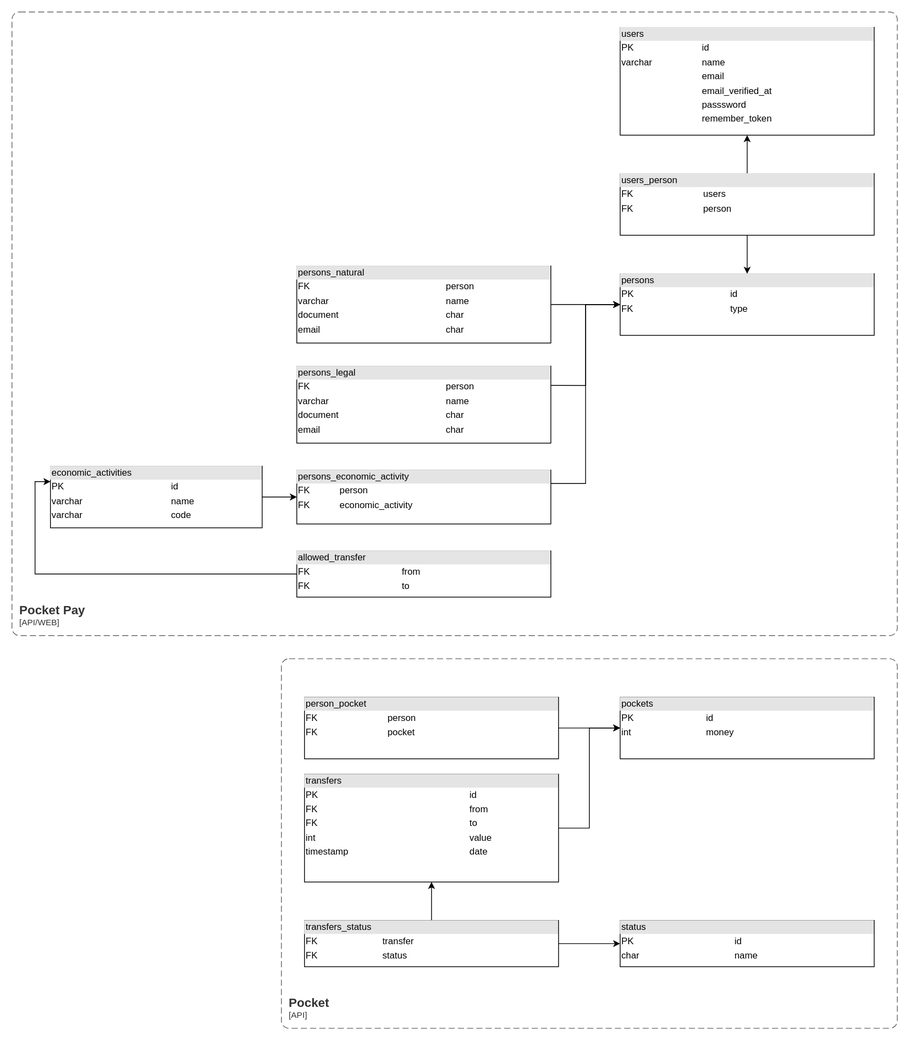
Before: doc/database.svg, a diagram exported from draw.io (vakaman/pocketpay). Source tidied: cells renumbered, new cells last; positions are measured from the earlier drawing's top-left corner, leaving out a move shared by most shapes. The source it was exported from:
```xml
<mxGraphModel>
  <root>
    <mxCell id="0" />
    <mxCell id="1" parent="0" />
    <mxCell id="2" value="&lt;div style=&quot;box-sizing:border-box;width:100%;background:#e4e4e4;padding:2px;&quot;&gt;users&lt;/div&gt;&lt;table style=&quot;width:100%;font-size:1em;&quot; cellpadding=&quot;2&quot; cellspacing=&quot;0&quot;&gt;&lt;tbody&gt;&lt;tr&gt;&lt;td&gt;PK&lt;/td&gt;&lt;td&gt;id&lt;br&gt;&lt;/td&gt;&lt;/tr&gt;&lt;tr&gt;&lt;td&gt;varchar&lt;/td&gt;&lt;td&gt;name&lt;/td&gt;&lt;/tr&gt;&lt;tr&gt;&lt;td&gt;&lt;/td&gt;&lt;td&gt;email&lt;br&gt;&lt;/td&gt;&lt;/tr&gt;&lt;tr&gt;&lt;td&gt;&lt;br&gt;&lt;/td&gt;&lt;td&gt;email_verified_at&lt;br&gt;&lt;/td&gt;&lt;/tr&gt;&lt;tr&gt;&lt;td&gt;&lt;br&gt;&lt;/td&gt;&lt;td&gt;passsword&lt;/td&gt;&lt;/tr&gt;&lt;tr&gt;&lt;td&gt;&lt;br&gt;&lt;/td&gt;&lt;td&gt;remember_token&lt;/td&gt;&lt;/tr&gt;&lt;/tbody&gt;&lt;/table&gt;" style="verticalAlign=top;align=left;overflow=fill;html=1;whiteSpace=wrap;" parent="1" vertex="1">
      <mxGeometry x="790" y="20" width="330" height="140" as="geometry" />
    </mxCell>
    <mxCell id="3" style="edgeStyle=orthogonalEdgeStyle;rounded=0;jettySize=auto;html=1;entryX=0;entryY=0.5;entryDx=0;entryDy=0;" parent="1" edge="1" source="4" target="7">
      <mxGeometry relative="1" as="geometry" />
    </mxCell>
    <mxCell id="4" value="&lt;div style=&quot;box-sizing:border-box;width:100%;background:#e4e4e4;padding:2px;&quot;&gt;transfers&lt;/div&gt;&lt;table style=&quot;width:100%;font-size:1em;&quot; cellpadding=&quot;2&quot; cellspacing=&quot;0&quot;&gt;&lt;tbody&gt;&lt;tr&gt;&lt;td&gt;PK&lt;/td&gt;&lt;td&gt;id&lt;br&gt;&lt;/td&gt;&lt;/tr&gt;&lt;tr&gt;&lt;td&gt;FK&lt;/td&gt;&lt;td&gt;from&lt;/td&gt;&lt;/tr&gt;&lt;tr&gt;&lt;td&gt;FK&lt;/td&gt;&lt;td&gt;to&lt;/td&gt;&lt;/tr&gt;&lt;tr&gt;&lt;td&gt;int&lt;/td&gt;&lt;td&gt;value&lt;/td&gt;&lt;/tr&gt;&lt;tr&gt;&lt;td&gt;timestamp&lt;/td&gt;&lt;td&gt;date&lt;/td&gt;&lt;/tr&gt;&lt;tr&gt;&lt;td&gt;&lt;br&gt;&lt;/td&gt;&lt;td&gt;&lt;br&gt;&lt;/td&gt;&lt;/tr&gt;&lt;/tbody&gt;&lt;/table&gt;" style="verticalAlign=top;align=left;overflow=fill;html=1;whiteSpace=wrap;" parent="1" vertex="1">
      <mxGeometry x="380" y="990" width="330" height="140" as="geometry" />
    </mxCell>
    <mxCell id="5" style="edgeStyle=orthogonalEdgeStyle;rounded=0;jettySize=auto;html=1;" parent="1" edge="1" source="6" target="7">
      <mxGeometry relative="1" as="geometry" />
    </mxCell>
    <mxCell id="6" value="&lt;div style=&quot;box-sizing:border-box;width:100%;background:#e4e4e4;padding:2px;&quot;&gt;person_pocket&lt;/div&gt;&lt;table style=&quot;width:100%;font-size:1em;&quot; cellpadding=&quot;2&quot; cellspacing=&quot;0&quot;&gt;&lt;tbody&gt;&lt;tr&gt;&lt;td&gt;FK&lt;/td&gt;&lt;td&gt;person&lt;/td&gt;&lt;/tr&gt;&lt;tr&gt;&lt;td&gt;FK&lt;/td&gt;&lt;td&gt;pocket&lt;/td&gt;&lt;/tr&gt;&lt;tr&gt;&lt;td&gt;&lt;br&gt;&lt;/td&gt;&lt;td&gt;&lt;br&gt;&lt;/td&gt;&lt;/tr&gt;&lt;tr&gt;&lt;td&gt;&lt;br&gt;&lt;/td&gt;&lt;td&gt;&lt;br&gt;&lt;/td&gt;&lt;/tr&gt;&lt;tr&gt;&lt;td&gt;&lt;br&gt;&lt;/td&gt;&lt;td&gt;&lt;br&gt;&lt;/td&gt;&lt;/tr&gt;&lt;/tbody&gt;&lt;/table&gt;" style="verticalAlign=top;align=left;overflow=fill;html=1;whiteSpace=wrap;" parent="1" vertex="1">
      <mxGeometry x="380" y="890" width="330" height="80" as="geometry" />
    </mxCell>
    <mxCell id="7" value="&lt;div style=&quot;box-sizing:border-box;width:100%;background:#e4e4e4;padding:2px;&quot;&gt;pockets&lt;/div&gt;&lt;table style=&quot;width:100%;font-size:1em;&quot; cellpadding=&quot;2&quot; cellspacing=&quot;0&quot;&gt;&lt;tbody&gt;&lt;tr&gt;&lt;td&gt;PK&lt;/td&gt;&lt;td&gt;id&lt;br&gt;&lt;/td&gt;&lt;/tr&gt;&lt;tr&gt;&lt;td&gt;int&lt;/td&gt;&lt;td&gt;money&lt;/td&gt;&lt;/tr&gt;&lt;tr&gt;&lt;td&gt;&lt;br&gt;&lt;/td&gt;&lt;td&gt;&lt;br&gt;&lt;/td&gt;&lt;/tr&gt;&lt;tr&gt;&lt;td&gt;&lt;br&gt;&lt;/td&gt;&lt;td&gt;&lt;br&gt;&lt;/td&gt;&lt;/tr&gt;&lt;tr&gt;&lt;td&gt;&lt;br&gt;&lt;/td&gt;&lt;td&gt;&lt;br&gt;&lt;/td&gt;&lt;/tr&gt;&lt;tr&gt;&lt;td&gt;&lt;br&gt;&lt;/td&gt;&lt;td&gt;&lt;br&gt;&lt;/td&gt;&lt;/tr&gt;&lt;/tbody&gt;&lt;/table&gt;" style="verticalAlign=top;align=left;overflow=fill;html=1;whiteSpace=wrap;" parent="1" vertex="1">
      <mxGeometry x="790" y="890" width="330" height="80" as="geometry" />
    </mxCell>
    <mxCell id="8" value="&lt;div style=&quot;box-sizing:border-box;width:100%;background:#e4e4e4;padding:2px;&quot;&gt;persons&lt;/div&gt;&lt;table style=&quot;width:100%;font-size:1em;&quot; cellpadding=&quot;2&quot; cellspacing=&quot;0&quot;&gt;&lt;tbody&gt;&lt;tr&gt;&lt;td&gt;PK&lt;/td&gt;&lt;td&gt;id&lt;br&gt;&lt;/td&gt;&lt;/tr&gt;&lt;tr&gt;&lt;td&gt;FK&lt;/td&gt;&lt;td&gt;type&lt;/td&gt;&lt;/tr&gt;&lt;tr&gt;&lt;td&gt;&lt;br&gt;&lt;/td&gt;&lt;td&gt;&lt;br&gt;&lt;/td&gt;&lt;/tr&gt;&lt;tr&gt;&lt;td&gt;&lt;br&gt;&lt;/td&gt;&lt;td&gt;&lt;br&gt;&lt;/td&gt;&lt;/tr&gt;&lt;tr&gt;&lt;td&gt;&lt;br&gt;&lt;/td&gt;&lt;td&gt;&lt;br&gt;&lt;/td&gt;&lt;/tr&gt;&lt;/tbody&gt;&lt;/table&gt;" style="verticalAlign=top;align=left;overflow=fill;html=1;whiteSpace=wrap;" parent="1" vertex="1">
      <mxGeometry x="790" y="340" width="330" height="80" as="geometry" />
    </mxCell>
    <mxCell id="9" style="edgeStyle=orthogonalEdgeStyle;rounded=0;jettySize=auto;html=1;" parent="1" edge="1" source="10" target="8">
      <mxGeometry relative="1" as="geometry" />
    </mxCell>
    <mxCell id="10" value="&lt;div style=&quot;box-sizing:border-box;width:100%;background:#e4e4e4;padding:2px;&quot;&gt;persons_natural&lt;/div&gt;&lt;table style=&quot;width:100%;font-size:1em;&quot; cellpadding=&quot;2&quot; cellspacing=&quot;0&quot;&gt;&lt;tbody&gt;&lt;tr&gt;&lt;td&gt;FK&lt;/td&gt;&lt;td&gt;person&lt;br&gt;&lt;/td&gt;&lt;/tr&gt;&lt;tr&gt;&lt;td&gt;varchar&lt;/td&gt;&lt;td&gt;name&lt;/td&gt;&lt;/tr&gt;&lt;tr&gt;&lt;td&gt;document&lt;/td&gt;&lt;td&gt;char&lt;/td&gt;&lt;/tr&gt;&lt;tr&gt;&lt;td&gt;email&lt;/td&gt;&lt;td&gt;char&lt;/td&gt;&lt;/tr&gt;&lt;tr&gt;&lt;td&gt;&lt;br&gt;&lt;/td&gt;&lt;td&gt;&lt;br&gt;&lt;/td&gt;&lt;/tr&gt;&lt;tr&gt;&lt;td&gt;&lt;br&gt;&lt;/td&gt;&lt;td&gt;&lt;br&gt;&lt;/td&gt;&lt;/tr&gt;&lt;/tbody&gt;&lt;/table&gt;" style="verticalAlign=top;align=left;overflow=fill;html=1;whiteSpace=wrap;" parent="1" vertex="1">
      <mxGeometry x="370" y="330" width="330" height="100" as="geometry" />
    </mxCell>
    <mxCell id="11" style="edgeStyle=orthogonalEdgeStyle;rounded=0;jettySize=auto;html=1;entryX=0;entryY=0.5;entryDx=0;entryDy=0;exitX=1;exitY=0.25;exitDx=0;exitDy=0;" parent="1" edge="1" source="15" target="8">
      <mxGeometry relative="1" as="geometry" />
    </mxCell>
    <mxCell id="12" style="edgeStyle=orthogonalEdgeStyle;rounded=0;jettySize=auto;html=1;entryX=0.5;entryY=1;entryDx=0;entryDy=0;" parent="1" edge="1" source="14" target="2">
      <mxGeometry relative="1" as="geometry" />
    </mxCell>
    <mxCell id="13" style="edgeStyle=orthogonalEdgeStyle;rounded=0;jettySize=auto;html=1;" parent="1" edge="1" source="14" target="8">
      <mxGeometry relative="1" as="geometry" />
    </mxCell>
    <mxCell id="14" value="&lt;div style=&quot;box-sizing:border-box;width:100%;background:#e4e4e4;padding:2px;&quot;&gt;users_person&lt;/div&gt;&lt;table style=&quot;width:100%;font-size:1em;&quot; cellpadding=&quot;2&quot; cellspacing=&quot;0&quot;&gt;&lt;tbody&gt;&lt;tr&gt;&lt;td&gt;FK&lt;/td&gt;&lt;td&gt;users&lt;/td&gt;&lt;/tr&gt;&lt;tr&gt;&lt;td&gt;FK&lt;/td&gt;&lt;td&gt;person&lt;/td&gt;&lt;/tr&gt;&lt;tr&gt;&lt;td&gt;&lt;br&gt;&lt;/td&gt;&lt;td&gt;&lt;br&gt;&lt;/td&gt;&lt;/tr&gt;&lt;tr&gt;&lt;td&gt;&lt;br&gt;&lt;/td&gt;&lt;td&gt;&lt;br&gt;&lt;/td&gt;&lt;/tr&gt;&lt;tr&gt;&lt;td&gt;&lt;br&gt;&lt;/td&gt;&lt;td&gt;&lt;br&gt;&lt;/td&gt;&lt;/tr&gt;&lt;/tbody&gt;&lt;/table&gt;" style="verticalAlign=top;align=left;overflow=fill;html=1;whiteSpace=wrap;" parent="1" vertex="1">
      <mxGeometry x="790" y="210" width="330" height="80" as="geometry" />
    </mxCell>
    <mxCell id="15" value="&lt;div style=&quot;box-sizing:border-box;width:100%;background:#e4e4e4;padding:2px;&quot;&gt;persons_legal&lt;/div&gt;&lt;table style=&quot;width:100%;font-size:1em;&quot; cellpadding=&quot;2&quot; cellspacing=&quot;0&quot;&gt;&lt;tbody&gt;&lt;tr&gt;&lt;td&gt;FK&lt;/td&gt;&lt;td&gt;person&lt;/td&gt;&lt;/tr&gt;&lt;tr&gt;&lt;td&gt;varchar&lt;/td&gt;&lt;td&gt;name&lt;/td&gt;&lt;/tr&gt;&lt;tr&gt;&lt;td&gt;document&lt;/td&gt;&lt;td&gt;char&lt;/td&gt;&lt;/tr&gt;&lt;tr&gt;&lt;td&gt;email&lt;/td&gt;&lt;td&gt;char&lt;/td&gt;&lt;/tr&gt;&lt;tr&gt;&lt;td&gt;&lt;br&gt;&lt;/td&gt;&lt;td&gt;&lt;br&gt;&lt;/td&gt;&lt;/tr&gt;&lt;tr&gt;&lt;td&gt;&lt;br&gt;&lt;/td&gt;&lt;td&gt;&lt;br&gt;&lt;/td&gt;&lt;/tr&gt;&lt;/tbody&gt;&lt;/table&gt;" style="verticalAlign=top;align=left;overflow=fill;html=1;whiteSpace=wrap;" parent="1" vertex="1">
      <mxGeometry x="370" y="460" width="330" height="100" as="geometry" />
    </mxCell>
    <mxCell id="16" style="edgeStyle=orthogonalEdgeStyle;rounded=0;jettySize=auto;html=1;entryX=0;entryY=0.5;entryDx=0;entryDy=0;exitX=1;exitY=0.25;exitDx=0;exitDy=0;" parent="1" edge="1" source="17" target="8">
      <mxGeometry relative="1" as="geometry" />
    </mxCell>
    <mxCell id="17" value="&lt;div style=&quot;box-sizing:border-box;width:100%;background:#e4e4e4;padding:2px;&quot;&gt;persons_economic_activity&lt;/div&gt;&lt;table style=&quot;width:100%;font-size:1em;&quot; cellpadding=&quot;2&quot; cellspacing=&quot;0&quot;&gt;&lt;tbody&gt;&lt;tr&gt;&lt;td&gt;FK&lt;/td&gt;&lt;td&gt;person&lt;/td&gt;&lt;/tr&gt;&lt;tr&gt;&lt;td&gt;FK&lt;/td&gt;&lt;td&gt;economic_activity&lt;br&gt;&lt;/td&gt;&lt;/tr&gt;&lt;tr&gt;&lt;td&gt;&lt;br&gt;&lt;/td&gt;&lt;td&gt;&lt;br&gt;&lt;/td&gt;&lt;/tr&gt;&lt;tr&gt;&lt;td&gt;&lt;br&gt;&lt;/td&gt;&lt;td&gt;&lt;br&gt;&lt;/td&gt;&lt;/tr&gt;&lt;tr&gt;&lt;td&gt;&lt;br&gt;&lt;/td&gt;&lt;td&gt;&lt;br&gt;&lt;/td&gt;&lt;/tr&gt;&lt;/tbody&gt;&lt;/table&gt;" style="verticalAlign=top;align=left;overflow=fill;html=1;whiteSpace=wrap;" parent="1" vertex="1">
      <mxGeometry x="370" y="595" width="330" height="70" as="geometry" />
    </mxCell>
    <mxCell id="18" style="edgeStyle=orthogonalEdgeStyle;rounded=0;jettySize=auto;html=1;" parent="1" edge="1" source="19" target="17">
      <mxGeometry relative="1" as="geometry" />
    </mxCell>
    <mxCell id="19" value="&lt;div style=&quot;box-sizing:border-box;width:100%;background:#e4e4e4;padding:2px;&quot;&gt;economic_activities&lt;/div&gt;&lt;table style=&quot;width:100%;font-size:1em;&quot; cellpadding=&quot;2&quot; cellspacing=&quot;0&quot;&gt;&lt;tbody&gt;&lt;tr&gt;&lt;td&gt;PK&lt;/td&gt;&lt;td&gt;id&lt;/td&gt;&lt;/tr&gt;&lt;tr&gt;&lt;td&gt;varchar&lt;/td&gt;&lt;td&gt;name&lt;br&gt;&lt;/td&gt;&lt;/tr&gt;&lt;tr&gt;&lt;td&gt;varchar&lt;br&gt;&lt;/td&gt;&lt;td&gt;code&lt;/td&gt;&lt;/tr&gt;&lt;tr&gt;&lt;td&gt;&lt;br&gt;&lt;/td&gt;&lt;td&gt;&lt;br&gt;&lt;/td&gt;&lt;/tr&gt;&lt;tr&gt;&lt;td&gt;&lt;br&gt;&lt;/td&gt;&lt;td&gt;&lt;br&gt;&lt;/td&gt;&lt;/tr&gt;&lt;/tbody&gt;&lt;/table&gt;" style="verticalAlign=top;align=left;overflow=fill;html=1;whiteSpace=wrap;" parent="1" vertex="1">
      <mxGeometry x="50" y="590" width="275" height="80" as="geometry" />
    </mxCell>
    <mxCell id="20" style="edgeStyle=orthogonalEdgeStyle;rounded=0;jettySize=auto;html=1;entryX=0;entryY=0.25;entryDx=0;entryDy=0;" parent="1" edge="1" source="21" target="19">
      <mxGeometry relative="1" as="geometry" />
    </mxCell>
    <mxCell id="21" value="&lt;div style=&quot;box-sizing:border-box;width:100%;background:#e4e4e4;padding:2px;&quot;&gt;allowed_transfer&lt;/div&gt;&lt;table style=&quot;width:100%;font-size:1em;&quot; cellpadding=&quot;2&quot; cellspacing=&quot;0&quot;&gt;&lt;tbody&gt;&lt;tr&gt;&lt;td&gt;FK&lt;/td&gt;&lt;td&gt;from&lt;/td&gt;&lt;/tr&gt;&lt;tr&gt;&lt;td&gt;FK&lt;/td&gt;&lt;td&gt;to&lt;/td&gt;&lt;/tr&gt;&lt;/tbody&gt;&lt;/table&gt;" style="verticalAlign=top;align=left;overflow=fill;html=1;whiteSpace=wrap;" parent="1" vertex="1">
      <mxGeometry x="370" y="700" width="330" height="60" as="geometry" />
    </mxCell>
    <mxCell id="22" style="edgeStyle=orthogonalEdgeStyle;rounded=0;jettySize=auto;html=1;entryX=0;entryY=0.5;entryDx=0;entryDy=0;" parent="1" edge="1" source="24" target="25">
      <mxGeometry relative="1" as="geometry" />
    </mxCell>
    <mxCell id="23" style="edgeStyle=orthogonalEdgeStyle;rounded=0;jettySize=auto;html=1;" parent="1" edge="1" source="24" target="4">
      <mxGeometry relative="1" as="geometry" />
    </mxCell>
    <mxCell id="24" value="&lt;div style=&quot;box-sizing:border-box;width:100%;background:#e4e4e4;padding:2px;&quot;&gt;transfers_status&lt;/div&gt;&lt;table style=&quot;width:100%;font-size:1em;&quot; cellpadding=&quot;2&quot; cellspacing=&quot;0&quot;&gt;&lt;tbody&gt;&lt;tr&gt;&lt;td&gt;FK&lt;/td&gt;&lt;td&gt;transfer&lt;/td&gt;&lt;/tr&gt;&lt;tr&gt;&lt;td&gt;FK&lt;/td&gt;&lt;td&gt;status&lt;/td&gt;&lt;/tr&gt;&lt;/tbody&gt;&lt;/table&gt;" style="verticalAlign=top;align=left;overflow=fill;html=1;whiteSpace=wrap;" parent="1" vertex="1">
      <mxGeometry x="380" y="1180" width="330" height="60" as="geometry" />
    </mxCell>
    <mxCell id="25" value="&lt;div style=&quot;box-sizing:border-box;width:100%;background:#e4e4e4;padding:2px;&quot;&gt;status&lt;/div&gt;&lt;table style=&quot;width:100%;font-size:1em;&quot; cellpadding=&quot;2&quot; cellspacing=&quot;0&quot;&gt;&lt;tbody&gt;&lt;tr&gt;&lt;td&gt;PK&lt;/td&gt;&lt;td&gt;id&lt;/td&gt;&lt;/tr&gt;&lt;tr&gt;&lt;td&gt;char&lt;/td&gt;&lt;td&gt;name&lt;/td&gt;&lt;/tr&gt;&lt;/tbody&gt;&lt;/table&gt;" style="verticalAlign=top;align=left;overflow=fill;html=1;whiteSpace=wrap;" parent="1" vertex="1">
      <mxGeometry x="790" y="1180" width="330" height="60" as="geometry" />
    </mxCell>
    <object id="26" label="&lt;font style=&quot;font-size: 16px&quot;&gt;&lt;b&gt;&lt;div style=&quot;text-align: left&quot;&gt;%c4Name%&lt;/div&gt;&lt;/b&gt;&lt;/font&gt;&lt;div style=&quot;text-align: left&quot;&gt;[%c4Application%]&lt;/div&gt;" c4Application="API" c4Name="Pocket" c4Type="SystemScopeBoundary" placeholders="1">
      <mxCell style="rounded=1;fontSize=11;whiteSpace=wrap;html=1;dashed=1;arcSize=20;fillColor=none;strokeColor=#666666;fontColor=#333333;labelBackgroundColor=none;align=left;verticalAlign=bottom;labelBorderColor=none;spacingTop=0;spacing=10;dashPattern=8 4;perimeter=rectanglePerimeter;noLabel=0;labelPadding=0;absoluteArcSize=1;" parent="1" vertex="1">
        <mxGeometry x="350" y="840" width="800" height="480" as="geometry" />
      </mxCell>
    </object>
    <object id="27" label="&lt;font style=&quot;font-size: 16px&quot;&gt;&lt;b&gt;&lt;div style=&quot;text-align: left&quot;&gt;%c4Name%&lt;/div&gt;&lt;/b&gt;&lt;/font&gt;&lt;div style=&quot;text-align: left&quot;&gt;[%c4Application%]&lt;/div&gt;" c4Application="API/WEB" c4Name="Pocket Pay" c4Type="SystemScopeBoundary" placeholders="1">
      <mxCell style="rounded=1;fontSize=11;whiteSpace=wrap;html=1;dashed=1;arcSize=20;fillColor=none;strokeColor=#666666;fontColor=#333333;labelBackgroundColor=none;align=left;verticalAlign=bottom;labelBorderColor=none;spacingTop=0;spacing=10;dashPattern=8 4;perimeter=rectanglePerimeter;noLabel=0;labelPadding=0;absoluteArcSize=1;" parent="1" vertex="1">
        <mxGeometry width="1150" height="810" as="geometry" />
      </mxCell>
    </object>
  </root>
</mxGraphModel>
```
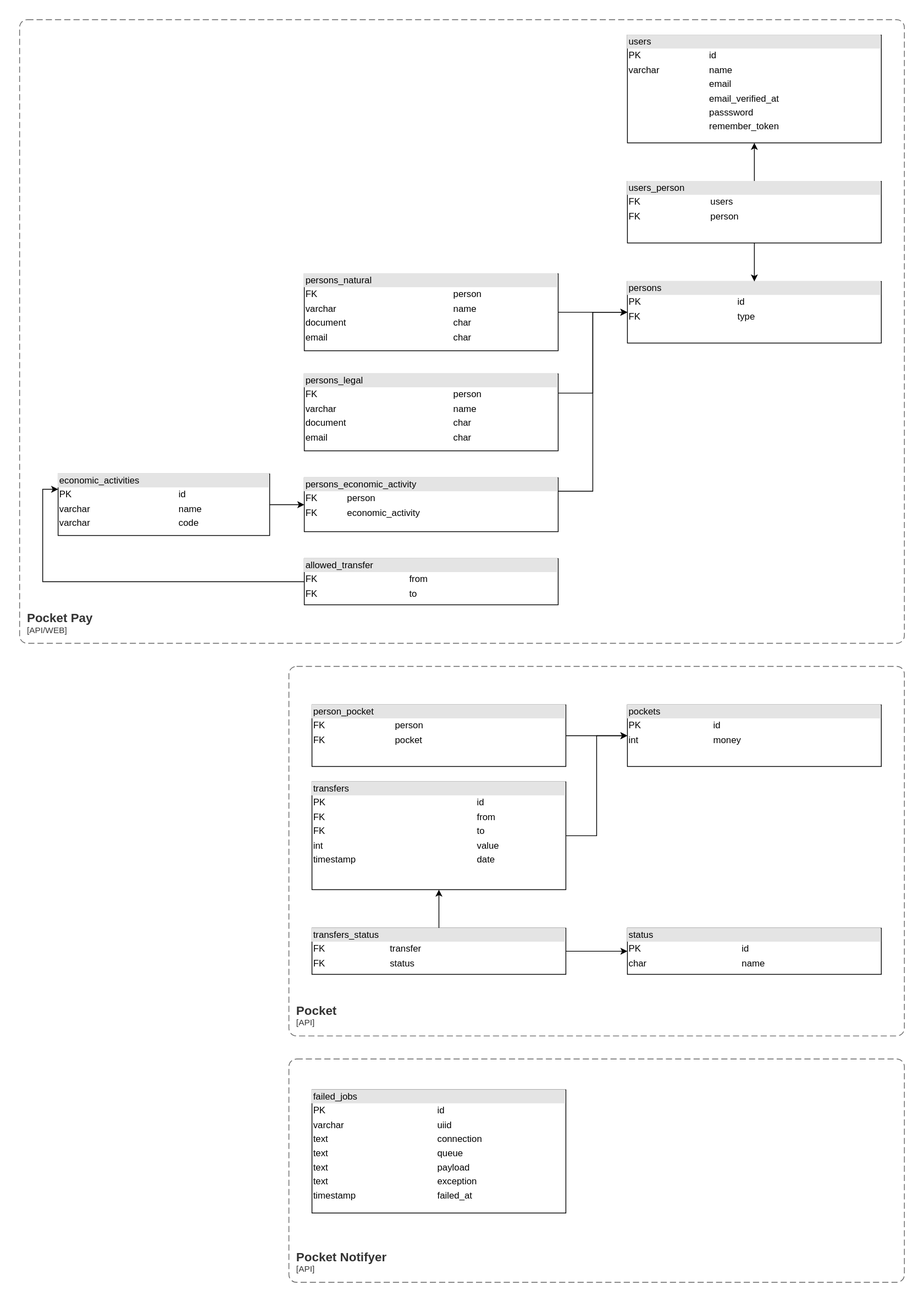
Above is the later version.

Change to the diagram source:
```diff
@@ -84,5 +84,13 @@
         <mxGeometry width="1150" height="810" as="geometry" />
       </mxCell>
     </object>
+    <object id="28" label="&lt;font style=&quot;font-size: 16px&quot;&gt;&lt;b&gt;&lt;div style=&quot;text-align: left&quot;&gt;%c4Name%&lt;/div&gt;&lt;/b&gt;&lt;/font&gt;&lt;div style=&quot;text-align: left&quot;&gt;[%c4Application%]&lt;/div&gt;" c4Application="API" c4Name="Pocket Notifyer" c4Type="SystemScopeBoundary" placeholders="1">
+      <mxCell style="rounded=1;fontSize=11;whiteSpace=wrap;html=1;dashed=1;arcSize=20;fillColor=none;strokeColor=#666666;fontColor=#333333;labelBackgroundColor=none;align=left;verticalAlign=bottom;labelBorderColor=none;spacingTop=0;spacing=10;dashPattern=8 4;perimeter=rectanglePerimeter;noLabel=0;labelPadding=0;absoluteArcSize=1;" parent="1" vertex="1">
+        <mxGeometry x="350" y="1350" width="800" height="290" as="geometry" />
+      </mxCell>
+    </object>
+    <mxCell id="29" value="&lt;div style=&quot;box-sizing:border-box;width:100%;background:#e4e4e4;padding:2px;&quot;&gt;failed_jobs&lt;/div&gt;&lt;table style=&quot;width:100%;font-size:1em;&quot; cellpadding=&quot;2&quot; cellspacing=&quot;0&quot;&gt;&lt;tbody&gt;&lt;tr&gt;&lt;td&gt;PK&lt;/td&gt;&lt;td&gt;id&lt;br&gt;&lt;/td&gt;&lt;/tr&gt;&lt;tr&gt;&lt;td&gt;varchar&lt;/td&gt;&lt;td&gt;uiid&lt;br&gt;&lt;/td&gt;&lt;/tr&gt;&lt;tr&gt;&lt;td&gt;text&lt;br&gt;&lt;/td&gt;&lt;td&gt;connection&lt;/td&gt;&lt;/tr&gt;&lt;tr&gt;&lt;td&gt;text&lt;br&gt;&lt;/td&gt;&lt;td&gt;queue&lt;br&gt;&lt;/td&gt;&lt;/tr&gt;&lt;tr&gt;&lt;td&gt;text&lt;/td&gt;&lt;td&gt;payload&lt;br&gt;&lt;/td&gt;&lt;/tr&gt;&lt;tr&gt;&lt;td&gt;text&lt;/td&gt;&lt;td&gt;exception&lt;br&gt;&lt;/td&gt;&lt;/tr&gt;&lt;tr&gt;&lt;td&gt;timestamp&lt;/td&gt;&lt;td&gt;failed_at&lt;br&gt;&lt;/td&gt;&lt;/tr&gt;&lt;/tbody&gt;&lt;/table&gt;" style="verticalAlign=top;align=left;overflow=fill;html=1;whiteSpace=wrap;" parent="1" vertex="1">
+      <mxGeometry x="380" y="1390" width="330" height="160" as="geometry" />
+    </mxCell>
   </root>
 </mxGraphModel>
```
